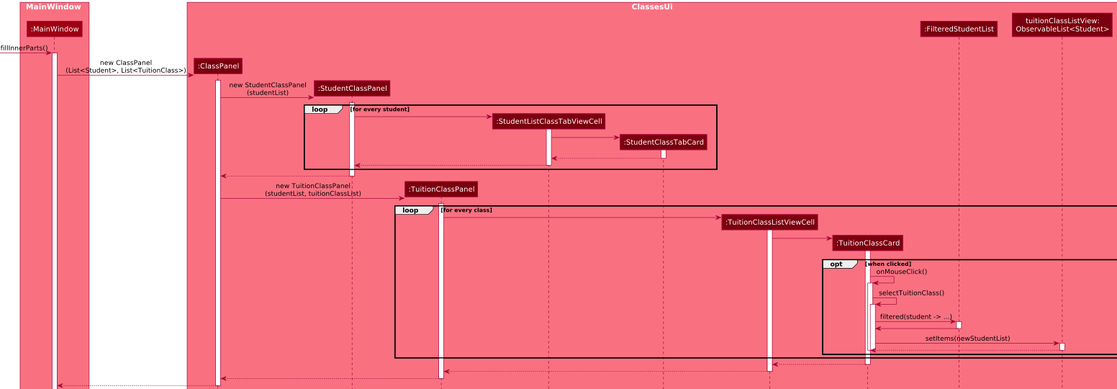
The PlantUML diagram docs/images/ClassesUiSequenceDiagram.png in softmagnet/tp, before a commit. Its source is kept beside it as docs/diagrams/ClassesUiSequenceDiagram.puml.
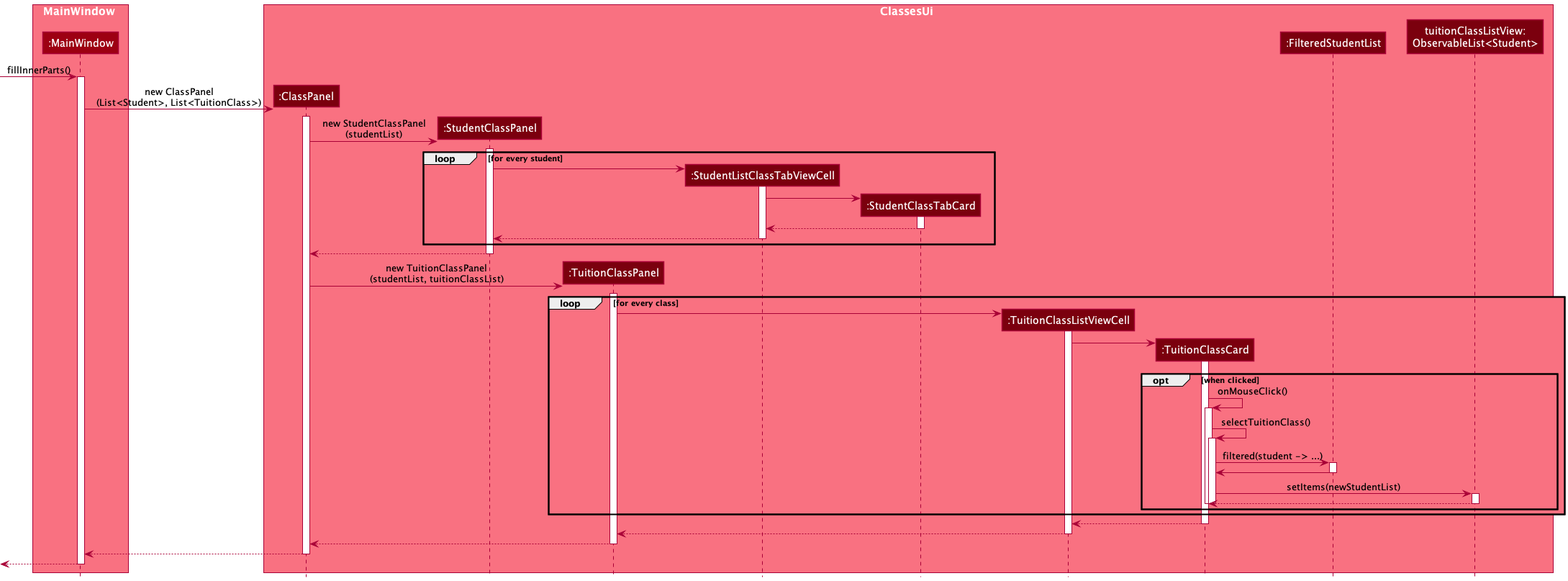
Above is the later version.

Change to the diagram source:
```diff
@@ -93,4 +93,7 @@
 ClassPanel --> MainWindow
 deactivate ClassPanel
 
+[<--MainWindow
+deactivate MainWindow
+
 @enduml
```
